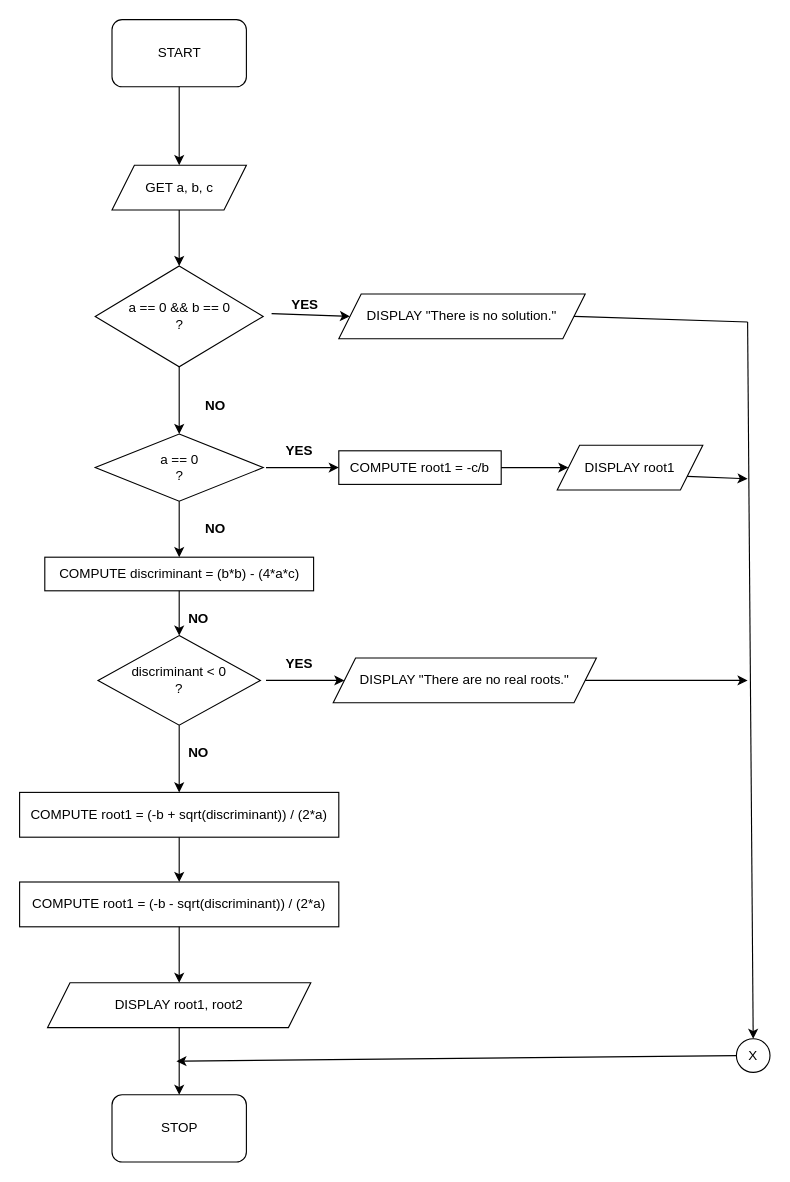
This is page "LE4.2" (2 of 3) of Lab Exercise 2/Lab exercise 2.drawio from barrosaur/first-year-cpe-lab, a draw.io file, before an edit. Source tidied: cells renumbered, new cells numbered last; positions are measured from the earlier drawing's top-left corner, leaving out a move shared by most shapes. Both pictures are drawn from the tidied source at 112%, with x=0, y=0 at pixel (19, 19).
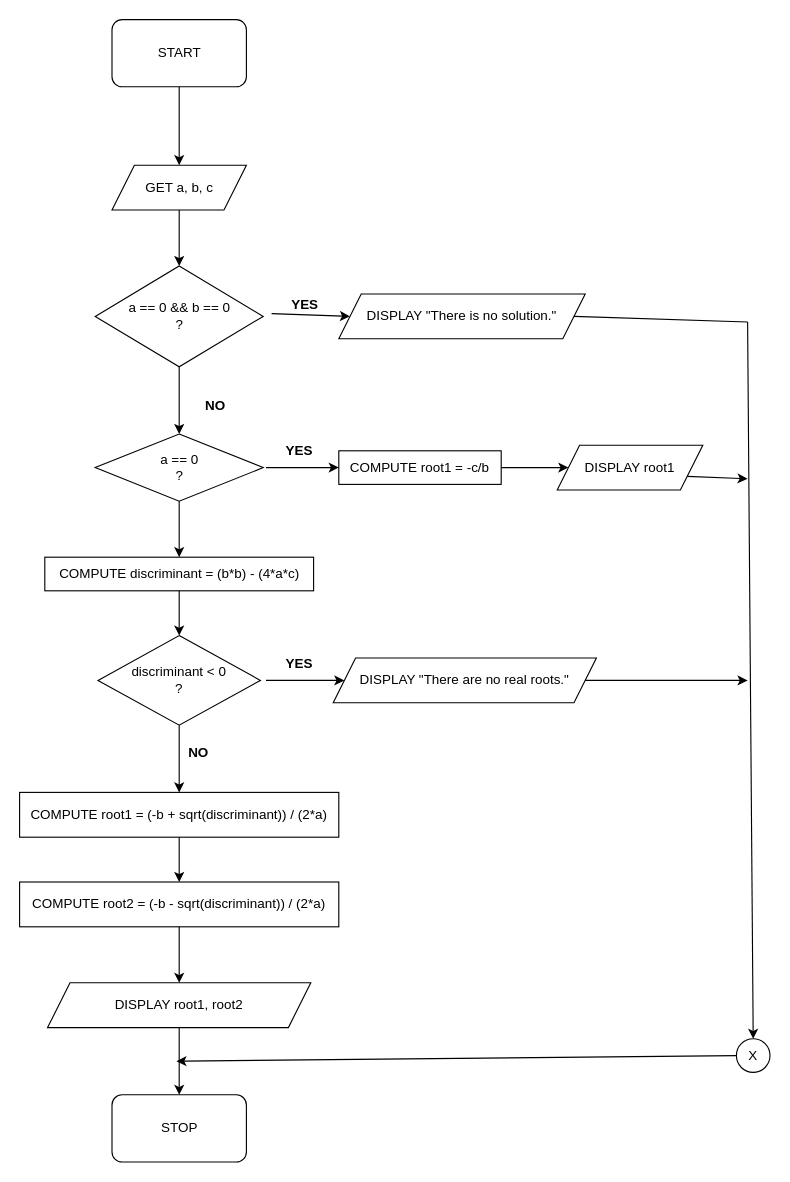
Above is the later version.

Change to the diagram source:
```diff
@@
-    <mxCell id="15" value="&lt;b&gt;NO&lt;/b&gt;" style="text;html=1;align=center;verticalAlign=middle;whiteSpace=wrap;rounded=0;" parent="1" vertex="1">
-      <mxGeometry x="145" y="440" width="60" height="30" as="geometry" />
-    </mxCell>
-    <mxCell id="16" value="&lt;b&gt;NO&lt;/b&gt;" style="text;html=1;align=center;verticalAlign=middle;whiteSpace=wrap;rounded=0;" parent="1" vertex="1">
-      <mxGeometry x="130" y="520" width="60" height="30" as="geometry" />
-    </mxCell>
@@
-    <mxCell id="21" value="COMPUTE root1 = (-b - sqrt(discriminant)) / (2*a)" style="rounded=0;whiteSpace=wrap;html=1;" parent="1" vertex="1">
+    <mxCell id="21" value="COMPUTE root2 = (-b - sqrt(discriminant)) / (2*a)" style="rounded=0;whiteSpace=wrap;html=1;" parent="1" vertex="1">
       <mxGeometry y="770" width="285" height="40" as="geometry" />
     </mxCell>
```
